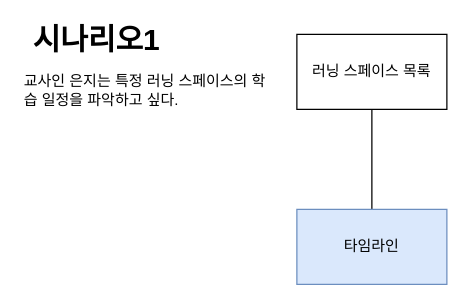
Earlier version of the draw.io diagram Ch_Timeline.drawio (zole77/for_PM). Source tidied: cells renumbered, new cells numbered last; positions are measured from the earlier drawing's top-left corner, leaving out a move shared by most shapes. Both pictures are drawn from the tidied source at 125%, with x=0, y=0 at pixel (21, 21).
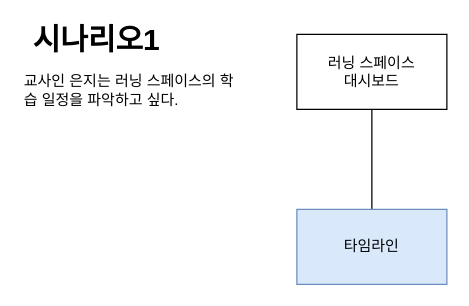
Above is the later version.

What changed in the source:
```diff
@@
 <mxGraphModel>
   <root>
     <mxCell id="0" />
     <mxCell id="1" parent="0" />
     <mxCell id="2" style="edgeStyle=orthogonalEdgeStyle;rounded=0;jettySize=auto;html=1;endArrow=none;endFill=0;" parent="1" edge="1" source="3" target="4">
       <mxGeometry relative="1" as="geometry" />
     </mxCell>
-    <mxCell id="3" value="러닝 스페이스 목록" style="rounded=0;whiteSpace=wrap;html=1;" parent="1" vertex="1">
+    <mxCell id="3" value="러닝 스페이스&lt;br&gt;대시보드" style="rounded=0;whiteSpace=wrap;html=1;" parent="1" vertex="1">
       <mxGeometry x="220" y="10" width="120" height="60" as="geometry" />
     </mxCell>
     <mxCell id="4" value="타임라인" style="whiteSpace=wrap;html=1;rounded=0;fillColor=#dae8fc;strokeColor=#6c8ebf;" parent="1" vertex="1">
       <mxGeometry x="220" y="150" width="120" height="60" as="geometry" />
     </mxCell>
     <mxCell id="5" value="&lt;b&gt;&lt;font style=&quot;font-size: 24px;&quot;&gt;시나리오1&lt;/font&gt;&lt;/b&gt;" style="text;html=1;strokeColor=none;fillColor=none;align=center;verticalAlign=middle;whiteSpace=wrap;rounded=0;" parent="1" vertex="1">
       <mxGeometry width="120" height="30" as="geometry" />
     </mxCell>
-    <mxCell id="6" value="교사인 은지는 특정 러닝 스페이스의 학습 일정을 파악하고 싶다." style="text;html=1;strokeColor=none;fillColor=none;align=left;verticalAlign=middle;whiteSpace=wrap;rounded=0;fontSize=12;" parent="1" vertex="1">
-      <mxGeometry y="40" width="200" height="30" as="geometry" />
+    <mxCell id="6" value="교사인 은지는 러닝 스페이스의 학습 일정을 파악하고 싶다." style="text;html=1;strokeColor=none;fillColor=none;align=left;verticalAlign=middle;whiteSpace=wrap;rounded=0;fontSize=12;" parent="1" vertex="1">
+      <mxGeometry y="40" width="170" height="30" as="geometry" />
     </mxCell>
   </root>
 </mxGraphModel>
```
